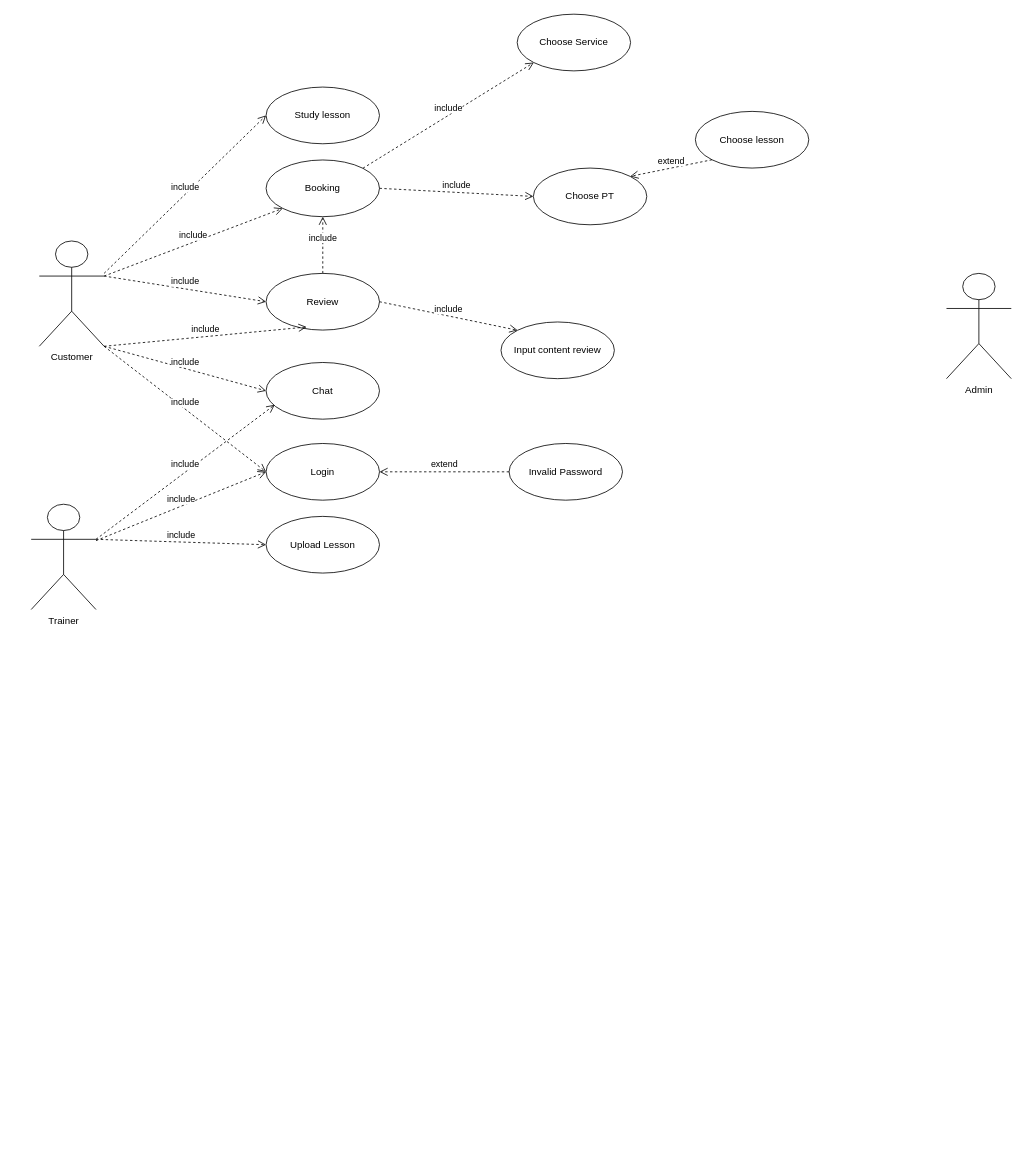
caoquy2000/DBI keeps this draw.io diagram as Untitled Diagram.drawio. Above is the earlier version. Source tidied: cells renumbered, new cells numbered last; positions are measured from the earlier drawing's top-left corner, leaving out a move shared by most shapes. Both pictures are drawn from the tidied source at 81%, with x=0, y=0 at pixel (31, 14).
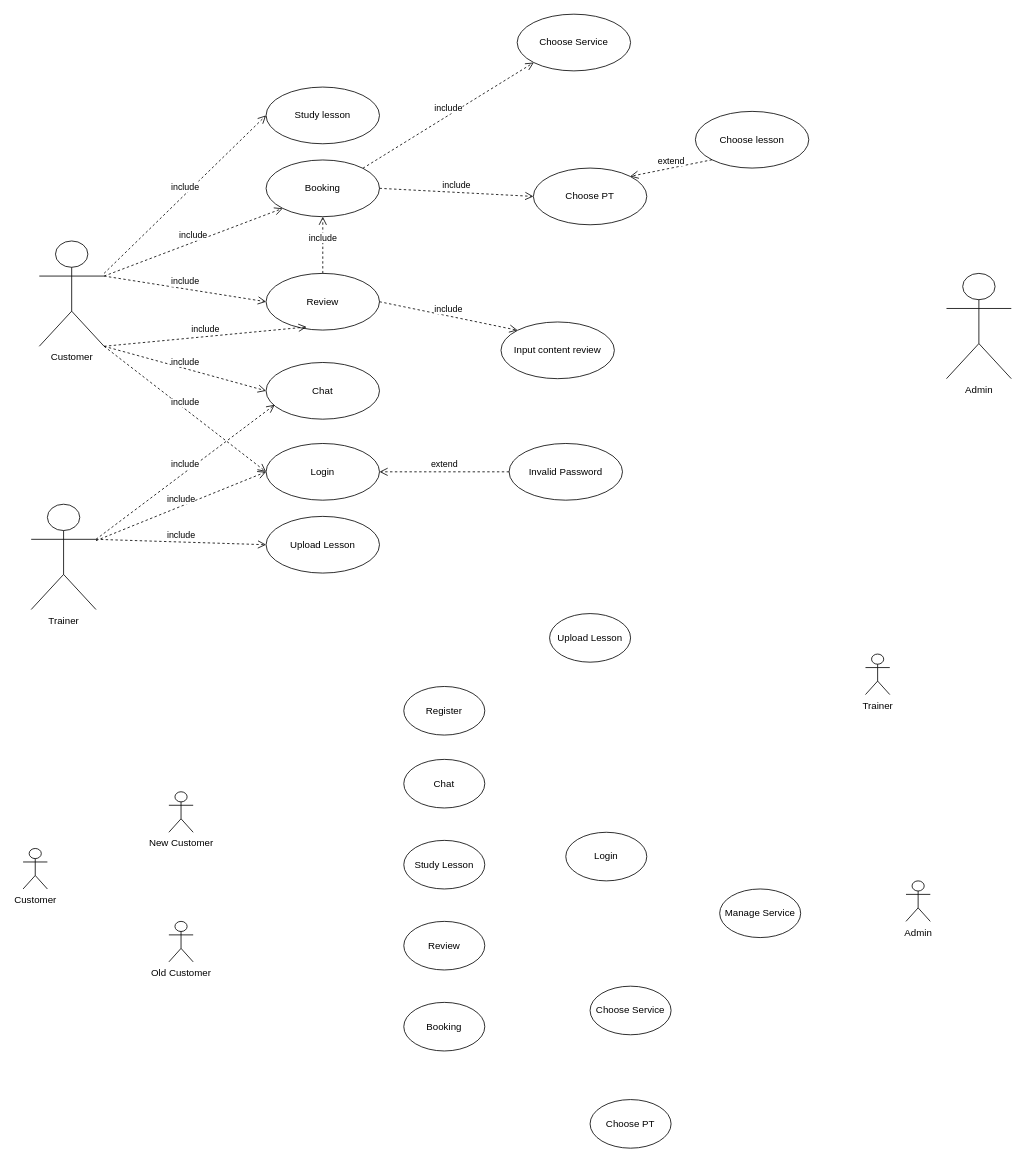
The same page after the edit.

Change to the diagram source:
```diff
@@
+    <mxCell id="31" value="Customer" style="shape=umlActor;verticalLabelPosition=bottom;verticalAlign=top;html=1;labelPosition=center;align=center;" parent="1" vertex="1">
+      <mxGeometry x="-10" y="1030" width="30" height="50" as="geometry" />
+    </mxCell>
+    <mxCell id="32" value="New Customer" style="shape=umlActor;verticalLabelPosition=bottom;verticalAlign=top;html=1;labelPosition=center;align=center;" parent="1" vertex="1">
+      <mxGeometry x="170" y="960" width="30" height="50" as="geometry" />
+    </mxCell>
+    <mxCell id="33" value="Old Customer" style="shape=umlActor;verticalLabelPosition=bottom;verticalAlign=top;html=1;labelPosition=center;align=center;" parent="1" vertex="1">
+      <mxGeometry x="170" y="1120" width="30" height="50" as="geometry" />
+    </mxCell>
+    <mxCell id="34" value="Chat" style="ellipse;whiteSpace=wrap;html=1;" parent="1" vertex="1">
+      <mxGeometry x="460" y="920" width="100" height="60" as="geometry" />
+    </mxCell>
+    <mxCell id="35" value="Register" style="ellipse;whiteSpace=wrap;html=1;" parent="1" vertex="1">
+      <mxGeometry x="460" y="830" width="100" height="60" as="geometry" />
+    </mxCell>
+    <mxCell id="36" value="Trainer" style="shape=umlActor;verticalLabelPosition=bottom;verticalAlign=top;html=1;labelPosition=center;align=center;" parent="1" vertex="1">
+      <mxGeometry x="1030" y="790" width="30" height="50" as="geometry" />
+    </mxCell>
+    <mxCell id="37" value="Admin" style="shape=umlActor;verticalLabelPosition=bottom;verticalAlign=top;html=1;labelPosition=center;align=center;" parent="1" vertex="1">
+      <mxGeometry x="1080" y="1070" width="30" height="50" as="geometry" />
+    </mxCell>
+    <mxCell id="38" value="Study Lesson" style="ellipse;whiteSpace=wrap;html=1;" parent="1" vertex="1">
+      <mxGeometry x="460" y="1020" width="100" height="60" as="geometry" />
+    </mxCell>
+    <mxCell id="39" value="Review" style="ellipse;whiteSpace=wrap;html=1;" parent="1" vertex="1">
+      <mxGeometry x="460" y="1120" width="100" height="60" as="geometry" />
+    </mxCell>
+    <mxCell id="40" value="Booking" style="ellipse;whiteSpace=wrap;html=1;" parent="1" vertex="1">
+      <mxGeometry x="460" y="1220" width="100" height="60" as="geometry" />
+    </mxCell>
+    <mxCell id="41" value="Upload Lesson" style="ellipse;whiteSpace=wrap;html=1;" parent="1" vertex="1">
+      <mxGeometry x="640" y="740" width="100" height="60" as="geometry" />
+    </mxCell>
+    <mxCell id="42" value="Login" style="ellipse;whiteSpace=wrap;html=1;" parent="1" vertex="1">
+      <mxGeometry x="660" y="1010" width="100" height="60" as="geometry" />
+    </mxCell>
+    <mxCell id="43" value="Choose PT" style="ellipse;whiteSpace=wrap;html=1;" parent="1" vertex="1">
+      <mxGeometry x="690" y="1340" width="100" height="60" as="geometry" />
+    </mxCell>
+    <mxCell id="44" value="Choose Service" style="ellipse;whiteSpace=wrap;html=1;" parent="1" vertex="1">
+      <mxGeometry x="690" y="1200" width="100" height="60" as="geometry" />
+    </mxCell>
+    <mxCell id="45" value="Manage Service" style="ellipse;whiteSpace=wrap;html=1;" parent="1" vertex="1">
+      <mxGeometry x="850" y="1080" width="100" height="60" as="geometry" />
+    </mxCell>
```
